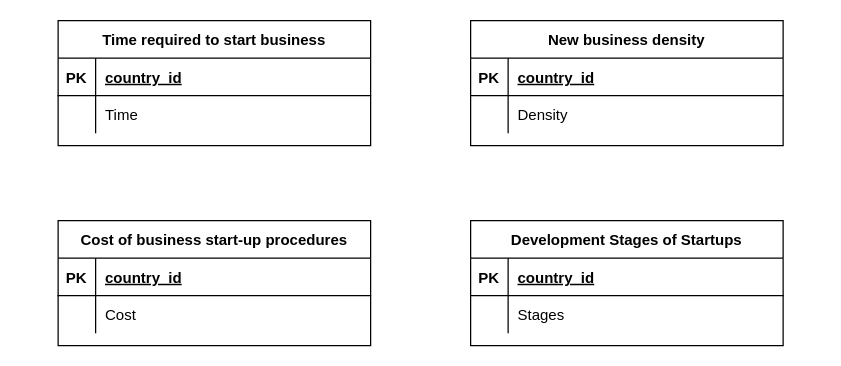
tinghaoK7727/Project_Week2_Creating_Database keeps this draw.io diagram as Project_2_Business_database.drawio. Above is the earlier version. Source tidied: cells renumbered, new cells numbered last; positions are measured from the earlier drawing's top-left corner, leaving out a move shared by most shapes. Both pictures are drawn from the tidied source at 125%, with x=0, y=0 at pixel (58, 20).
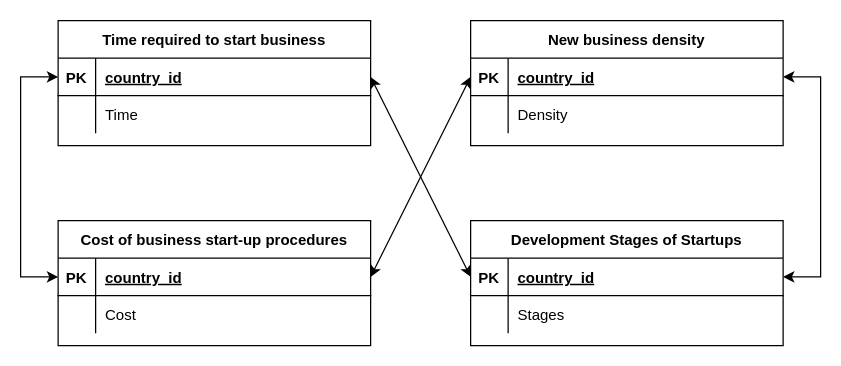
The same diagram, later.

Unchanged cells that the change refers to:
```xml
<mxCell id="3" style="shape=partialRectangle;fillColor=none;points=[[0,0.5],[1,0.5]];portConstraint=eastwest;top=0;left=0;right=0;bottom=1;" parent="2" vertex="1">
  <mxGeometry y="30" width="250" height="30" as="geometry" />
</mxCell>
<mxCell id="10" style="shape=partialRectangle;fillColor=none;points=[[0,0.5],[1,0.5]];portConstraint=eastwest;top=0;left=0;right=0;bottom=1;" parent="9" vertex="1">
  <mxGeometry y="30" width="250" height="30" as="geometry" />
</mxCell>
<mxCell id="17" style="shape=partialRectangle;fillColor=none;points=[[0,0.5],[1,0.5]];portConstraint=eastwest;top=0;left=0;right=0;bottom=1;" parent="16" vertex="1">
  <mxGeometry y="30" width="250" height="30" as="geometry" />
</mxCell>
<mxCell id="24" style="shape=partialRectangle;fillColor=none;points=[[0,0.5],[1,0.5]];portConstraint=eastwest;top=0;left=0;right=0;bottom=1;" parent="23" vertex="1">
  <mxGeometry y="30" width="250" height="30" as="geometry" />
</mxCell>
```

The edit, as a diff of the source:
```diff
@@
+    <mxCell id="30" style="endArrow=classic;startArrow=classic;html=1;rounded=0;entryX=0;entryY=0.5;entryDx=0;entryDy=0;exitX=0;exitY=0.5;exitDx=0;exitDy=0;" parent="1" edge="1" source="10" target="3">
+      <mxGeometry relative="1" as="geometry">
+        <Array as="points">
+          <mxPoint x="-30" y="205" />
+          <mxPoint x="-30" y="45" />
+        </Array>
+      </mxGeometry>
+    </mxCell>
+    <mxCell id="31" style="endArrow=classic;startArrow=classic;html=1;rounded=0;entryX=1;entryY=0.5;entryDx=0;entryDy=0;exitX=1;exitY=0.5;exitDx=0;exitDy=0;" parent="1" edge="1" source="24" target="17">
+      <mxGeometry relative="1" as="geometry">
+        <Array as="points">
+          <mxPoint x="610" y="205" />
+          <mxPoint x="610" y="45" />
+        </Array>
+      </mxGeometry>
+    </mxCell>
+    <mxCell id="32" style="endArrow=classic;startArrow=classic;html=1;rounded=0;entryX=1;entryY=0.5;entryDx=0;entryDy=0;exitX=0;exitY=0.5;exitDx=0;exitDy=0;" parent="1" edge="1" source="24" target="3">
+      <mxGeometry relative="1" as="geometry" />
+    </mxCell>
+    <mxCell id="33" style="endArrow=classic;startArrow=classic;html=1;rounded=0;entryX=0;entryY=0.5;entryDx=0;entryDy=0;exitX=1;exitY=0.5;exitDx=0;exitDy=0;" parent="1" edge="1" source="10" target="17">
+      <mxGeometry relative="1" as="geometry" />
+    </mxCell>
```
